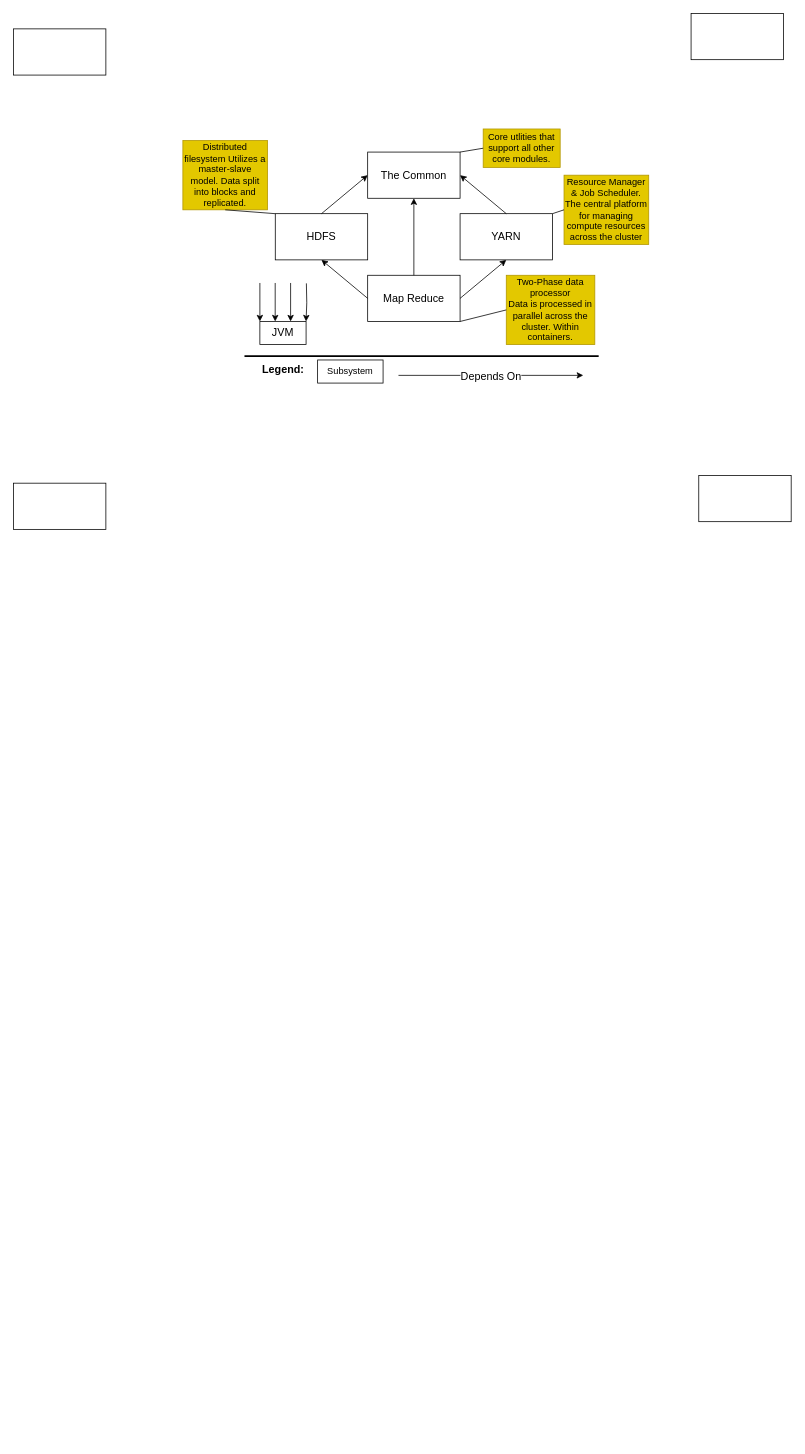
Earlier version of the draw.io diagram HadoopHighLevel.drawio (Amir-kar/EECS4314-GroupD). Source tidied: cells renumbered, new cells numbered last; positions are measured from the earlier drawing's top-left corner, leaving out a move shared by most shapes. Both pictures are drawn from the tidied source at 77%, with x=0, y=0 at pixel (13, 13).
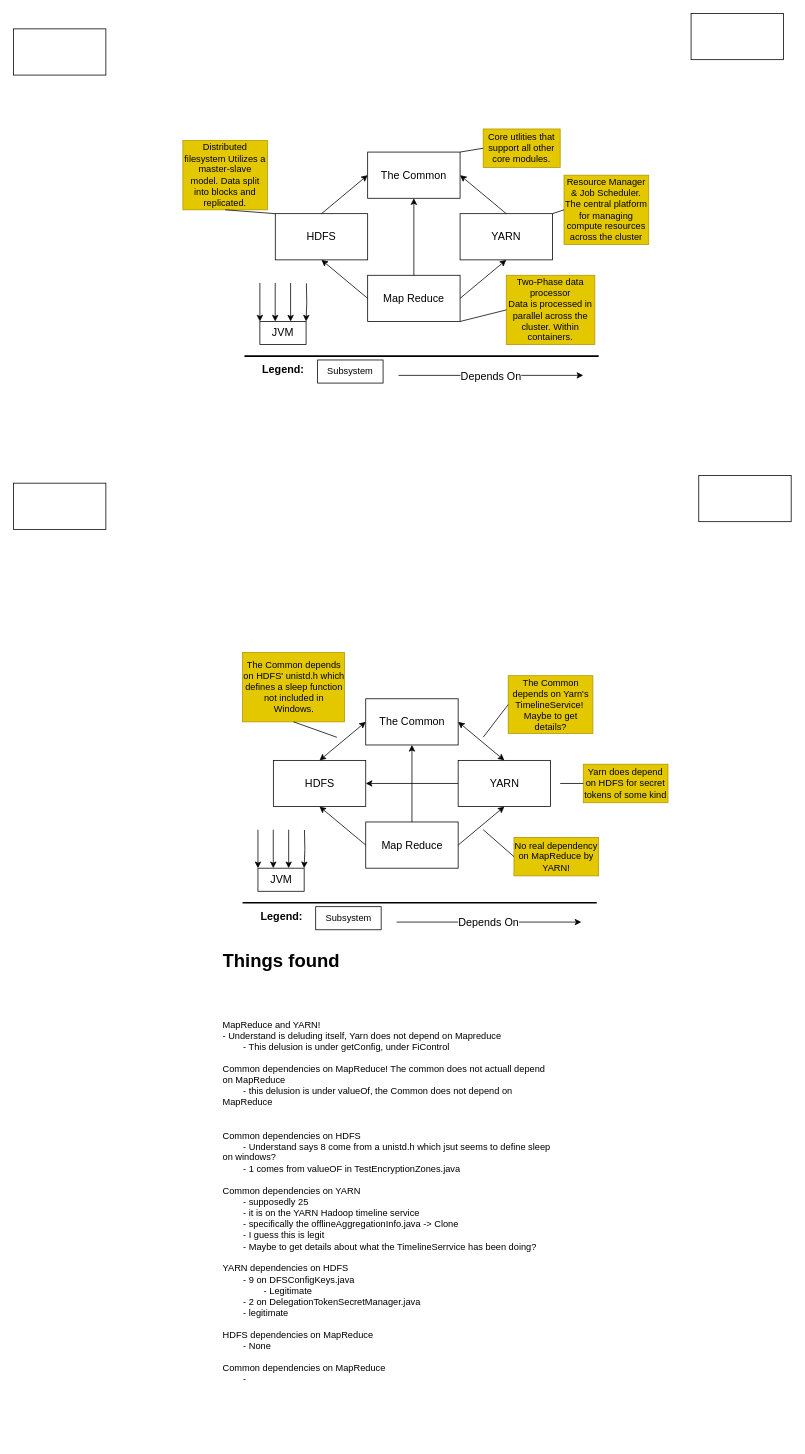
After the change.

Diff of the diagram source:
```diff
@@
+    <mxCell id="33" value="&lt;font style=&quot;font-size: 14px;&quot;&gt;The Common&lt;/font&gt;" style="rounded=0;whiteSpace=wrap;html=1;" parent="1" vertex="1">
+      <mxGeometry x="457.5" y="890" width="120" height="60" as="geometry" />
+    </mxCell>
+    <mxCell id="34" value="&lt;font style=&quot;font-size: 14px;&quot;&gt;HDFS&lt;/font&gt;" style="rounded=0;whiteSpace=wrap;html=1;" parent="1" vertex="1">
+      <mxGeometry x="337.5" y="970" width="120" height="60" as="geometry" />
+    </mxCell>
+    <mxCell id="35" value="&lt;font style=&quot;font-size: 14px;&quot;&gt;YARN&lt;/font&gt;" style="rounded=0;whiteSpace=wrap;html=1;" parent="1" vertex="1">
+      <mxGeometry x="577.5" y="970" width="120" height="60" as="geometry" />
+    </mxCell>
+    <mxCell id="36" value="&lt;font style=&quot;font-size: 14px;&quot;&gt;Map Reduce&lt;/font&gt;" style="rounded=0;whiteSpace=wrap;html=1;" parent="1" vertex="1">
+      <mxGeometry x="457.5" y="1050" width="120" height="60" as="geometry" />
+    </mxCell>
+    <mxCell id="37" style="endArrow=classic;html=1;rounded=0;entryX=0.5;entryY=1;entryDx=0;entryDy=0;" parent="1" edge="1" source="36" target="33">
+      <mxGeometry relative="1" as="geometry" />
+    </mxCell>
+    <mxCell id="38" style="line;strokeWidth=2;html=1;" parent="1" vertex="1">
+      <mxGeometry x="297.5" y="1150" width="460" height="10" as="geometry" />
+    </mxCell>
+    <mxCell id="39" value="&lt;font style=&quot;font-size: 14px;&quot;&gt;Legend:&lt;/font&gt;" style="text;strokeColor=none;fillColor=none;html=1;fontSize=24;fontStyle=1;verticalAlign=middle;align=center;" parent="1" vertex="1">
+      <mxGeometry x="297.5" y="1150" width="100" height="40" as="geometry" />
+    </mxCell>
+    <mxCell id="40" value="Subsystem" style="rounded=0;whiteSpace=wrap;html=1;" parent="1" vertex="1">
+      <mxGeometry x="392.5" y="1160" width="85" height="30" as="geometry" />
+    </mxCell>
+    <mxCell id="41" style="endArrow=classic;html=1;rounded=0;" parent="1" edge="1">
+      <mxGeometry relative="1" as="geometry">
+        <mxPoint x="497.5" y="1180" as="sourcePoint" />
+        <mxPoint x="737.5" y="1180" as="targetPoint" />
+      </mxGeometry>
+    </mxCell>
+    <mxCell id="42" value="&lt;font style=&quot;font-size: 14px;&quot;&gt;Depends On&lt;/font&gt;" style="edgeLabel;html=1;align=center;verticalAlign=middle;" parent="41" vertex="1">
+      <mxGeometry x="-0.01" relative="1" as="geometry" />
+    </mxCell>
+    <mxCell id="43" value="The Common depends on Yarn's TimelineService!&amp;nbsp;&lt;div&gt;Maybe to get details?&lt;/div&gt;" style="rounded=0;whiteSpace=wrap;html=1;fillColor=#e3c800;fontColor=#000000;strokeColor=#B09500;" parent="1" vertex="1">
+      <mxGeometry x="642.5" y="860" width="110" height="75" as="geometry" />
+    </mxCell>
+    <mxCell id="44" style="endArrow=none;html=1;rounded=0;entryX=0;entryY=0.5;entryDx=0;entryDy=0;" parent="1" edge="1" target="43">
+      <mxGeometry relative="1" as="geometry">
+        <mxPoint x="610" y="940" as="sourcePoint" />
+      </mxGeometry>
+    </mxCell>
+    <mxCell id="45" value="No real dependency on MapReduce by YARN!" style="rounded=0;whiteSpace=wrap;html=1;fillColor=#e3c800;fontColor=#000000;strokeColor=#B09500;" parent="1" vertex="1">
+      <mxGeometry x="650" y="1070" width="110" height="50" as="geometry" />
+    </mxCell>
+    <mxCell id="46" style="endArrow=none;html=1;rounded=0;entryX=0;entryY=0.5;entryDx=0;entryDy=0;" parent="1" edge="1" target="45">
+      <mxGeometry relative="1" as="geometry">
+        <mxPoint x="610" y="1060" as="sourcePoint" />
+      </mxGeometry>
+    </mxCell>
+    <mxCell id="47" value="The Common depends on HDFS' unistd.h which defines a sleep function not included in Windows." style="rounded=0;whiteSpace=wrap;html=1;fillColor=#e3c800;fontColor=#000000;strokeColor=#B09500;" parent="1" vertex="1">
+      <mxGeometry x="297.5" y="830" width="132.5" height="90" as="geometry" />
+    </mxCell>
+    <mxCell id="48" style="endArrow=none;html=1;rounded=0;entryX=0.5;entryY=1;entryDx=0;entryDy=0;" parent="1" edge="1" target="47">
+      <mxGeometry relative="1" as="geometry">
+        <mxPoint x="420" y="940" as="sourcePoint" />
+      </mxGeometry>
+    </mxCell>
+    <mxCell id="49" style="endArrow=classic;html=1;rounded=0;entryX=0.5;entryY=1;entryDx=0;entryDy=0;exitX=0;exitY=0.5;exitDx=0;exitDy=0;" parent="1" edge="1" source="36" target="34">
+      <mxGeometry relative="1" as="geometry" />
+    </mxCell>
+    <mxCell id="50" style="endArrow=classic;html=1;rounded=0;entryX=0.5;entryY=1;entryDx=0;entryDy=0;exitX=1;exitY=0.5;exitDx=0;exitDy=0;" parent="1" edge="1" source="36" target="35">
+      <mxGeometry relative="1" as="geometry" />
+    </mxCell>
+    <mxCell id="51" style="endArrow=classic;html=1;rounded=0;entryX=0;entryY=0.5;entryDx=0;entryDy=0;exitX=0.5;exitY=0;exitDx=0;exitDy=0;startArrow=classic;startFill=1;" parent="1" edge="1" source="34" target="33">
+      <mxGeometry relative="1" as="geometry" />
+    </mxCell>
+    <mxCell id="52" style="endArrow=classic;html=1;rounded=0;entryX=1;entryY=0.5;entryDx=0;entryDy=0;exitX=0.5;exitY=0;exitDx=0;exitDy=0;startArrow=classic;startFill=1;" parent="1" edge="1" source="35" target="33">
+      <mxGeometry relative="1" as="geometry" />
+    </mxCell>
+    <mxCell id="53" style="edgeStyle=orthogonalEdgeStyle;rounded=0;orthogonalLoop=1;jettySize=auto;html=1;exitX=0.5;exitY=0;exitDx=0;exitDy=0;" parent="1" edge="1">
+      <mxGeometry relative="1" as="geometry">
+        <mxPoint x="357.4" y="1060" as="sourcePoint" />
+        <mxPoint x="357.4" y="1110" as="targetPoint" />
+      </mxGeometry>
+    </mxCell>
+    <mxCell id="54" value="&lt;font style=&quot;font-size: 14px;&quot;&gt;JVM&lt;/font&gt;" style="rounded=0;whiteSpace=wrap;html=1;" parent="1" vertex="1">
+      <mxGeometry x="317.5" y="1110" width="60" height="30" as="geometry" />
+    </mxCell>
+    <mxCell id="55" style="edgeStyle=orthogonalEdgeStyle;rounded=0;orthogonalLoop=1;jettySize=auto;html=1;exitX=0.58;exitY=-0.008;exitDx=0;exitDy=0;exitPerimeter=0;" parent="1" edge="1">
+      <mxGeometry relative="1" as="geometry">
+        <mxPoint x="377.9" y="1060.5" as="sourcePoint" />
+        <mxPoint x="377.5" y="1110" as="targetPoint" />
+      </mxGeometry>
+    </mxCell>
+    <mxCell id="56" style="edgeStyle=orthogonalEdgeStyle;rounded=0;orthogonalLoop=1;jettySize=auto;html=1;exitX=0.75;exitY=0;exitDx=0;exitDy=0;" parent="1" edge="1">
+      <mxGeometry relative="1" as="geometry">
+        <mxPoint x="317.5" y="1060" as="sourcePoint" />
+        <mxPoint x="317.5" y="1110" as="targetPoint" />
+      </mxGeometry>
+    </mxCell>
+    <mxCell id="57" style="edgeStyle=orthogonalEdgeStyle;rounded=0;orthogonalLoop=1;jettySize=auto;html=1;exitX=0.75;exitY=0;exitDx=0;exitDy=0;" parent="1" edge="1">
+      <mxGeometry relative="1" as="geometry">
+        <mxPoint x="337.4" y="1060" as="sourcePoint" />
+        <mxPoint x="337.4" y="1110" as="targetPoint" />
+      </mxGeometry>
+    </mxCell>
+    <mxCell id="58" value="&lt;h1 style=&quot;margin-top: 0px;&quot;&gt;&lt;span style=&quot;background-color: transparent; color: light-dark(rgb(0, 0, 0), rgb(255, 255, 255));&quot;&gt;Things found&lt;/span&gt;&lt;/h1&gt;&lt;h1 style=&quot;margin-top: 0px;&quot;&gt;&lt;br&gt;&lt;/h1&gt;&lt;div&gt;MapReduce and YARN!&lt;/div&gt;&lt;div&gt;- Understand is deluding itself, Yarn does not depend on Mapreduce&lt;/div&gt;&lt;div&gt;&lt;span style=&quot;white-space: pre;&quot;&gt;&#9;&lt;/span&gt;- This delusion is under getConfig, under FiControl&amp;nbsp;&lt;br&gt;&lt;/div&gt;&lt;div&gt;&lt;br&gt;&lt;/div&gt;&lt;div&gt;Common dependencies on MapReduce! The common does not actuall depend on MapReduce&lt;/div&gt;&lt;div&gt;&lt;span style=&quot;white-space: pre;&quot;&gt;&#9;&lt;/span&gt;- this delusion is under valueOf, the Common does not depend on MapReduce&lt;br&gt;&lt;/div&gt;&lt;div&gt;&lt;br&gt;&lt;/div&gt;&lt;div&gt;&lt;br&gt;&lt;/div&gt;&lt;div&gt;Common dependencies on HDFS&lt;/div&gt;&lt;div&gt;&lt;span style=&quot;white-space: pre;&quot;&gt;&#9;&lt;/span&gt;- Understand says 8 come from a unistd.h which jsut seems to define sleep on windows?&lt;br&gt;&lt;/div&gt;&lt;div&gt;&lt;span style=&quot;white-space: pre;&quot;&gt;&#9;&lt;/span&gt;- 1 comes from valueOF in TestEncryptionZones.java&lt;br&gt;&lt;/div&gt;&lt;div&gt;&lt;br&gt;&lt;/div&gt;&lt;div&gt;Common dependencies on YARN&lt;/div&gt;&lt;div&gt;&lt;span style=&quot;white-space: pre;&quot;&gt;&#9;&lt;/span&gt;- supposedly 25&lt;br&gt;&lt;/div&gt;&lt;div&gt;&lt;span style=&quot;white-space: pre;&quot;&gt;&#9;&lt;/span&gt;- it is on the YARN Hadoop timeline service&lt;br&gt;&lt;/div&gt;&lt;div&gt;&lt;span style=&quot;white-space: pre;&quot;&gt;&#9;&lt;/span&gt;- specifically the offlineAggregationInfo.java -&amp;gt; Clone&lt;br&gt;&lt;/div&gt;&lt;div&gt;&lt;span style=&quot;white-space: pre;&quot;&gt;&#9;&lt;/span&gt;- I guess this is legit&lt;br&gt;&lt;/div&gt;&lt;div&gt;&lt;span style=&quot;white-space: pre;&quot;&gt;&#9;&lt;/span&gt;- Maybe to get details about what the TimelineSerrvice has been doing?&lt;br&gt;&lt;/div&gt;&lt;div&gt;&lt;br&gt;&lt;/div&gt;&lt;div&gt;YARN dependencies on HDFS&lt;/div&gt;&lt;div&gt;&lt;span style=&quot;white-space: pre;&quot;&gt;&#9;&lt;/span&gt;- 9 on DFSConfigKeys.java&lt;br&gt;&lt;/div&gt;&lt;div&gt;&lt;span style=&quot;white-space: pre;&quot;&gt;&#9;&lt;/span&gt;&lt;span style=&quot;white-space: pre;&quot;&gt;&#9;&lt;/span&gt;- Legitimate&lt;br&gt;&lt;/div&gt;&lt;div&gt;&lt;span style=&quot;white-space: pre;&quot;&gt;&#9;&lt;/span&gt;- 2 on DelegationTokenSecretManager.java&lt;br&gt;&lt;/div&gt;&lt;div&gt;&lt;span style=&quot;white-space: pre;&quot;&gt;&#9;&lt;/span&gt;- legitimate&lt;br&gt;&lt;/div&gt;&lt;div&gt;&lt;br&gt;&lt;/div&gt;&lt;div&gt;HDFS dependencies on MapReduce&lt;/div&gt;&lt;div&gt;&lt;span style=&quot;white-space: pre;&quot;&gt;&#9;&lt;/span&gt;- None&lt;br&gt;&lt;/div&gt;&lt;div&gt;&lt;br&gt;&lt;/div&gt;&lt;div&gt;Common dependencies on MapReduce&lt;/div&gt;&lt;div&gt;&lt;span style=&quot;white-space: pre;&quot;&gt;&#9;&lt;/span&gt;-&amp;nbsp;&lt;br&gt;&lt;/div&gt;&lt;div&gt;&lt;br&gt;&lt;/div&gt;&lt;div&gt;&lt;br&gt;&lt;/div&gt;&lt;div&gt;&lt;br&gt;&lt;/div&gt;&lt;div&gt;&lt;br&gt;&lt;/div&gt;&lt;div&gt;&lt;br&gt;&lt;/div&gt;&lt;div&gt;&lt;br&gt;&lt;/div&gt;" style="text;html=1;whiteSpace=wrap;overflow=hidden;rounded=0;" parent="1" vertex="1">
+      <mxGeometry x="270" y="1210" width="430" height="640" as="geometry" />
+    </mxCell>
+    <mxCell id="59" style="endArrow=classic;html=1;rounded=0;entryX=1;entryY=0.5;entryDx=0;entryDy=0;exitX=0;exitY=0.5;exitDx=0;exitDy=0;" parent="1" edge="1" source="35" target="34">
+      <mxGeometry relative="1" as="geometry" />
+    </mxCell>
+    <mxCell id="60" value="Yarn does depend on HDFS for secret tokens of some kind" style="rounded=0;whiteSpace=wrap;html=1;fillColor=#e3c800;fontColor=#000000;strokeColor=#B09500;" parent="1" vertex="1">
+      <mxGeometry x="740" y="975" width="110" height="50" as="geometry" />
+    </mxCell>
+    <mxCell id="61" style="endArrow=none;html=1;rounded=0;entryX=0;entryY=0.5;entryDx=0;entryDy=0;" parent="1" edge="1" target="60">
+      <mxGeometry relative="1" as="geometry">
+        <mxPoint x="710" y="1000" as="sourcePoint" />
+      </mxGeometry>
+    </mxCell>
```
